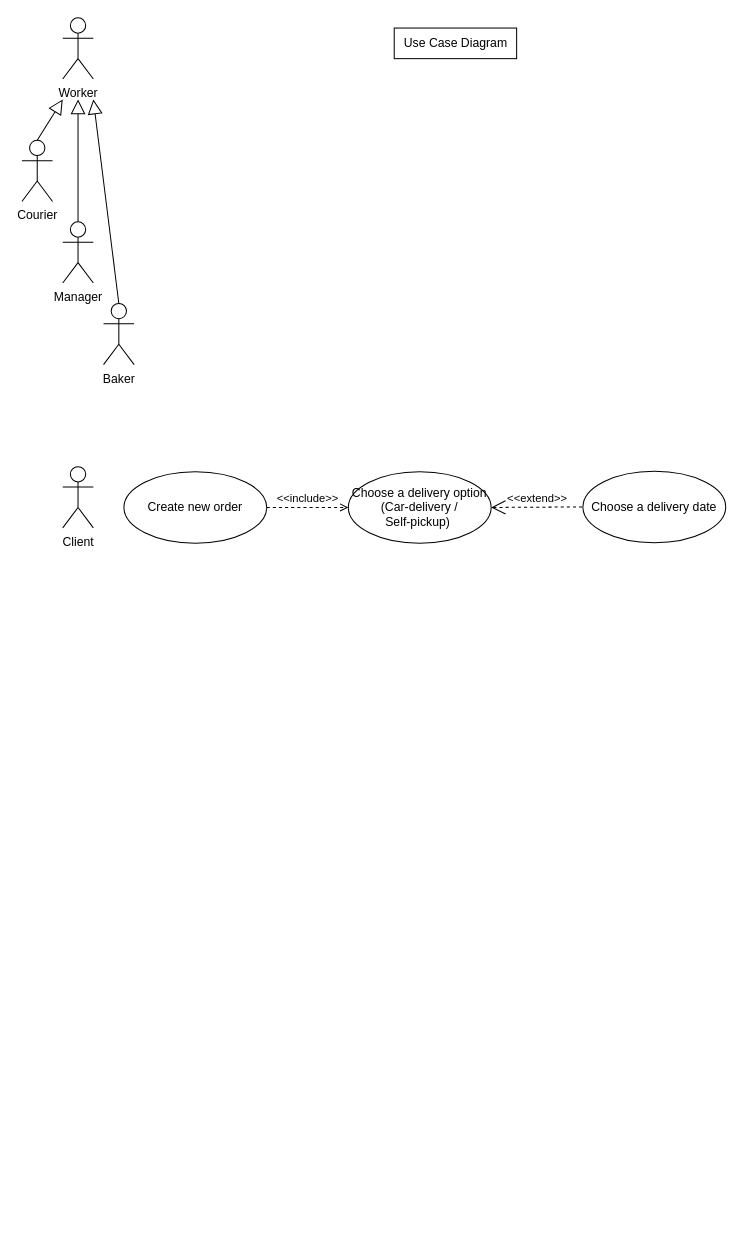
Earlier version of the draw.io diagram User-cases.drawio (ArturSultanov/ids-proj). Source tidied: cells renumbered, new cells numbered last; positions are measured from the earlier drawing's top-left corner, leaving out a move shared by most shapes. Both pictures are drawn from the tidied source at 102%, with x=0, y=0 at pixel (21, 17).
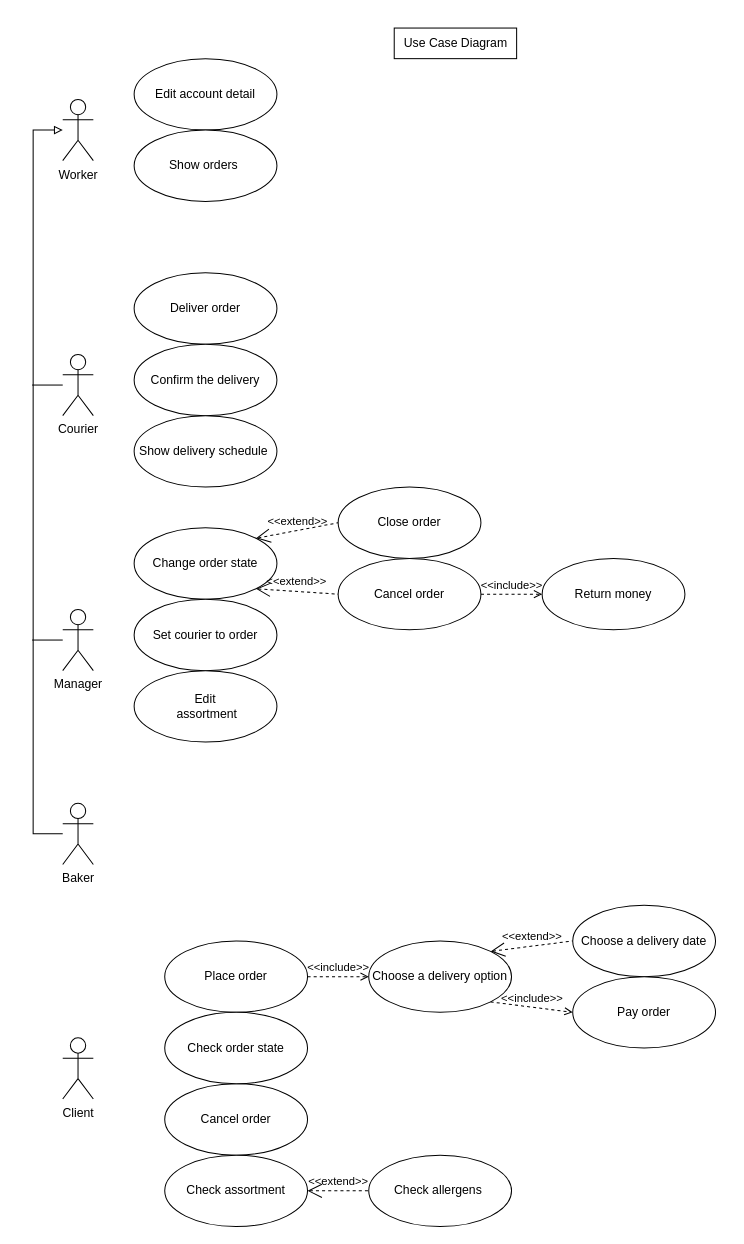
The same page after the edit.

The edit, as a diff of the source:
```diff
@@
+    <mxCell id="16" style="edgeStyle=orthogonalEdgeStyle;rounded=0;jettySize=auto;html=1;endArrow=none;endFill=0;" parent="1" edge="1" source="2">
+      <mxGeometry relative="1" as="geometry">
+        <mxPoint x="10" y="360" as="targetPoint" />
+      </mxGeometry>
+    </mxCell>
     <mxCell id="2" value="Сourier" style="shape=umlActor;verticalLabelPosition=bottom;verticalAlign=top;html=1;outlineConnect=0;" parent="1" vertex="1">
-      <mxGeometry y="120" width="30" height="60" as="geometry" />
+      <mxGeometry x="40" y="330" width="30" height="60" as="geometry" />
     </mxCell>
@@
+    <mxCell id="17" style="edgeStyle=orthogonalEdgeStyle;rounded=0;jettySize=auto;html=1;endArrow=none;endFill=0;" parent="1" edge="1" source="4">
+      <mxGeometry relative="1" as="geometry">
+        <mxPoint x="10" y="610" as="targetPoint" />
+      </mxGeometry>
+    </mxCell>
     <mxCell id="4" value="Manager" style="shape=umlActor;verticalLabelPosition=bottom;verticalAlign=top;html=1;outlineConnect=0;" parent="1" vertex="1">
-      <mxGeometry x="40" y="200" width="30" height="60" as="geometry" />
+      <mxGeometry x="40" y="580" width="30" height="60" as="geometry" />
     </mxCell>
+    <mxCell id="18" style="edgeStyle=orthogonalEdgeStyle;rounded=0;jettySize=auto;html=1;endArrow=block;endFill=0;" parent="1" edge="1" source="5" target="12">
+      <mxGeometry relative="1" as="geometry">
+        <Array as="points">
+          <mxPoint x="11" y="800" />
+          <mxPoint x="11" y="110" />
+        </Array>
+      </mxGeometry>
+    </mxCell>
     <mxCell id="5" value="Baker" style="shape=umlActor;verticalLabelPosition=bottom;verticalAlign=top;html=1;outlineConnect=0;" parent="1" vertex="1">
-      <mxGeometry x="80" y="280" width="30" height="60" as="geometry" />
+      <mxGeometry x="40" y="770" width="30" height="60" as="geometry" />
     </mxCell>
     <mxCell id="6" value="Client" style="shape=umlActor;verticalLabelPosition=bottom;verticalAlign=top;html=1;" parent="1" vertex="1">
-      <mxGeometry x="40" y="440" width="30" height="60" as="geometry" />
+      <mxGeometry x="40" y="1000" width="30" height="60" as="geometry" />
     </mxCell>
@@
-    <mxCell id="8" value="Choose a delivery option (Car-delivery / &lt;br&gt;Self-pickup)&amp;nbsp;" style="ellipse;whiteSpace=wrap;html=1;" parent="1" vertex="1">
-      <mxGeometry x="320" y="445" width="140" height="70" as="geometry" />
+    <mxCell id="8" value="Choose a delivery option" style="ellipse;whiteSpace=wrap;html=1;" parent="1" vertex="1">
+      <mxGeometry x="340" y="905" width="140" height="70" as="geometry" />
     </mxCell>
-    <mxCell id="9" value="Create new order" style="ellipse;whiteSpace=wrap;html=1;" parent="1" vertex="1">
-      <mxGeometry x="100" y="445" width="140" height="70" as="geometry" />
+    <mxCell id="9" value="Place order" style="ellipse;whiteSpace=wrap;html=1;" parent="1" vertex="1">
+      <mxGeometry x="140" y="905" width="140" height="70" as="geometry" />
     </mxCell>
-    <mxCell id="10" value="&amp;lt;&amp;lt;extend&amp;gt;&amp;gt;" style="edgeStyle=none;html=1;startArrow=open;endArrow=none;startSize=12;verticalAlign=bottom;dashed=1;labelBackgroundColor=none;rounded=0;exitX=1;exitY=0.5;exitDx=0;exitDy=0;" parent="1" edge="1" source="8" target="11">
+    <mxCell id="10" value="&amp;lt;&amp;lt;extend&amp;gt;&amp;gt;" style="edgeStyle=none;html=1;startArrow=open;endArrow=none;startSize=12;verticalAlign=bottom;dashed=1;labelBackgroundColor=none;rounded=0;exitX=1;exitY=0;exitDx=0;exitDy=0;entryX=0;entryY=0.5;entryDx=0;entryDy=0;" parent="1" edge="1" source="8" target="11">
       <mxGeometry relative="1" as="geometry" />
     </mxCell>
     <mxCell id="11" value="Choose a delivery date" style="ellipse;whiteSpace=wrap;html=1;" parent="1" vertex="1">
-      <mxGeometry x="550" y="444.5" width="140" height="70" as="geometry" />
+      <mxGeometry x="540" y="870" width="140" height="70" as="geometry" />
     </mxCell>
     <mxCell id="12" value="Worker&lt;br&gt;" style="shape=umlActor;verticalLabelPosition=bottom;verticalAlign=top;html=1;outlineConnect=0;strokeColor=default;" parent="1" vertex="1">
-      <mxGeometry x="40" width="30" height="60" as="geometry" />
+      <mxGeometry x="40" y="80" width="30" height="60" as="geometry" />
     </mxCell>
-    <mxCell id="13" style="edgeStyle=none;html=1;endArrow=block;endFill=0;endSize=12;verticalAlign=bottom;rounded=0;exitX=0.5;exitY=0;exitDx=0;exitDy=0;exitPerimeter=0;" parent="1" edge="1" source="2">
-      <mxGeometry relative="1" as="geometry">
-        <mxPoint x="40" y="80" as="targetPoint" />
-      </mxGeometry>
-    </mxCell>
-    <mxCell id="14" style="edgeStyle=none;html=1;endArrow=block;endFill=0;endSize=12;verticalAlign=bottom;rounded=0;exitX=0.5;exitY=0;exitDx=0;exitDy=0;exitPerimeter=0;" parent="1" edge="1" source="4">
-      <mxGeometry relative="1" as="geometry">
-        <mxPoint x="55" y="80" as="targetPoint" />
-      </mxGeometry>
-    </mxCell>
-    <mxCell id="15" style="edgeStyle=none;html=1;endArrow=block;endFill=0;endSize=12;verticalAlign=bottom;rounded=0;exitX=0.5;exitY=0;exitDx=0;exitDy=0;exitPerimeter=0;" parent="1" edge="1" source="5">
-      <mxGeometry relative="1" as="geometry">
-        <mxPoint x="70" y="80" as="targetPoint" />
-      </mxGeometry>
-    </mxCell>
+    <mxCell id="19" value="Edit account detail" style="ellipse;whiteSpace=wrap;html=1;" parent="1" vertex="1">
+      <mxGeometry x="110" y="40" width="140" height="70" as="geometry" />
+    </mxCell>
+    <mxCell id="20" value="Cancel order" style="ellipse;whiteSpace=wrap;html=1;" parent="1" vertex="1">
+      <mxGeometry x="310" y="530" width="140" height="70" as="geometry" />
+    </mxCell>
+    <mxCell id="21" value="Pay order" style="ellipse;whiteSpace=wrap;html=1;" parent="1" vertex="1">
+      <mxGeometry x="540" y="940" width="140" height="70" as="geometry" />
+    </mxCell>
+    <mxCell id="22" value="&amp;lt;&amp;lt;include&amp;gt;&amp;gt;" style="edgeStyle=none;html=1;endArrow=open;verticalAlign=bottom;dashed=1;labelBackgroundColor=none;rounded=0;exitX=1;exitY=1;exitDx=0;exitDy=0;entryX=0;entryY=0.5;entryDx=0;entryDy=0;" parent="1" edge="1" source="8" target="21">
+      <mxGeometry relative="1" as="geometry" />
+    </mxCell>
+    <mxCell id="23" value="Return money" style="ellipse;whiteSpace=wrap;html=1;" parent="1" vertex="1">
+      <mxGeometry x="510" y="530" width="140" height="70" as="geometry" />
+    </mxCell>
+    <mxCell id="24" value="&amp;lt;&amp;lt;include&amp;gt;&amp;gt;" style="edgeStyle=none;html=1;endArrow=open;verticalAlign=bottom;dashed=1;labelBackgroundColor=none;rounded=0;exitX=1;exitY=0.5;exitDx=0;exitDy=0;entryX=0;entryY=0.5;entryDx=0;entryDy=0;" parent="1" edge="1" source="20" target="23">
+      <mxGeometry relative="1" as="geometry" />
+    </mxCell>
+    <mxCell id="25" value="Cancel order" style="ellipse;whiteSpace=wrap;html=1;" parent="1" vertex="1">
+      <mxGeometry x="140" y="1045" width="140" height="70" as="geometry" />
+    </mxCell>
+    <mxCell id="26" value="Deliver order" style="ellipse;whiteSpace=wrap;html=1;" parent="1" vertex="1">
+      <mxGeometry x="110" y="250" width="140" height="70" as="geometry" />
+    </mxCell>
+    <mxCell id="27" value="Close order" style="ellipse;whiteSpace=wrap;html=1;" parent="1" vertex="1">
+      <mxGeometry x="310" y="460" width="140" height="70" as="geometry" />
+    </mxCell>
+    <mxCell id="28" value="Change order state" style="ellipse;whiteSpace=wrap;html=1;" parent="1" vertex="1">
+      <mxGeometry x="110" y="500" width="140" height="70" as="geometry" />
+    </mxCell>
+    <mxCell id="29" value="&amp;lt;&amp;lt;extend&amp;gt;&amp;gt;" style="edgeStyle=none;html=1;startArrow=open;endArrow=none;startSize=12;verticalAlign=bottom;dashed=1;labelBackgroundColor=none;rounded=0;exitX=1;exitY=0;exitDx=0;exitDy=0;entryX=0;entryY=0.5;entryDx=0;entryDy=0;" parent="1" edge="1" source="28" target="27">
+      <mxGeometry relative="1" as="geometry" />
+    </mxCell>
+    <mxCell id="30" value="&amp;lt;&amp;lt;extend&amp;gt;&amp;gt;" style="edgeStyle=none;html=1;startArrow=open;endArrow=none;startSize=12;verticalAlign=bottom;dashed=1;labelBackgroundColor=none;rounded=0;entryX=0;entryY=0.5;entryDx=0;entryDy=0;exitX=1;exitY=1;exitDx=0;exitDy=0;" parent="1" edge="1" source="28" target="20">
+      <mxGeometry relative="1" as="geometry" />
+    </mxCell>
+    <mxCell id="31" value="Check order state" style="ellipse;whiteSpace=wrap;html=1;" parent="1" vertex="1">
+      <mxGeometry x="140" y="975" width="140" height="70" as="geometry" />
+    </mxCell>
+    <mxCell id="32" value="Сonfirm the delivery" style="ellipse;whiteSpace=wrap;html=1;" parent="1" vertex="1">
+      <mxGeometry x="110" y="320" width="140" height="70" as="geometry" />
+    </mxCell>
+    <mxCell id="33" value="Set courier to order" style="ellipse;whiteSpace=wrap;html=1;" parent="1" vertex="1">
+      <mxGeometry x="110" y="570" width="140" height="70" as="geometry" />
+    </mxCell>
+    <mxCell id="34" value="Show delivery schedule&amp;nbsp;" style="ellipse;whiteSpace=wrap;html=1;" parent="1" vertex="1">
+      <mxGeometry x="110" y="390" width="140" height="70" as="geometry" />
+    </mxCell>
+    <mxCell id="35" value="Check&amp;nbsp;assortment" style="ellipse;whiteSpace=wrap;html=1;" parent="1" vertex="1">
+      <mxGeometry x="140" y="1115" width="140" height="70" as="geometry" />
+    </mxCell>
+    <mxCell id="36" value="Check allergens&amp;nbsp;" style="ellipse;whiteSpace=wrap;html=1;" parent="1" vertex="1">
+      <mxGeometry x="340" y="1115" width="140" height="70" as="geometry" />
+    </mxCell>
+    <mxCell id="37" value="&amp;lt;&amp;lt;extend&amp;gt;&amp;gt;" style="edgeStyle=none;html=1;startArrow=open;endArrow=none;startSize=12;verticalAlign=bottom;dashed=1;labelBackgroundColor=none;rounded=0;exitX=1;exitY=0.5;exitDx=0;exitDy=0;entryX=0;entryY=0.5;entryDx=0;entryDy=0;" parent="1" edge="1" source="35" target="36">
+      <mxGeometry relative="1" as="geometry" />
+    </mxCell>
+    <mxCell id="38" value="Edit&lt;br&gt;&amp;nbsp;assortment" style="ellipse;whiteSpace=wrap;html=1;" parent="1" vertex="1">
+      <mxGeometry x="110" y="640" width="140" height="70" as="geometry" />
+    </mxCell>
+    <mxCell id="39" value="Show orders&amp;nbsp;" style="ellipse;whiteSpace=wrap;html=1;" parent="1" vertex="1">
+      <mxGeometry x="110" y="110" width="140" height="70" as="geometry" />
+    </mxCell>
```
